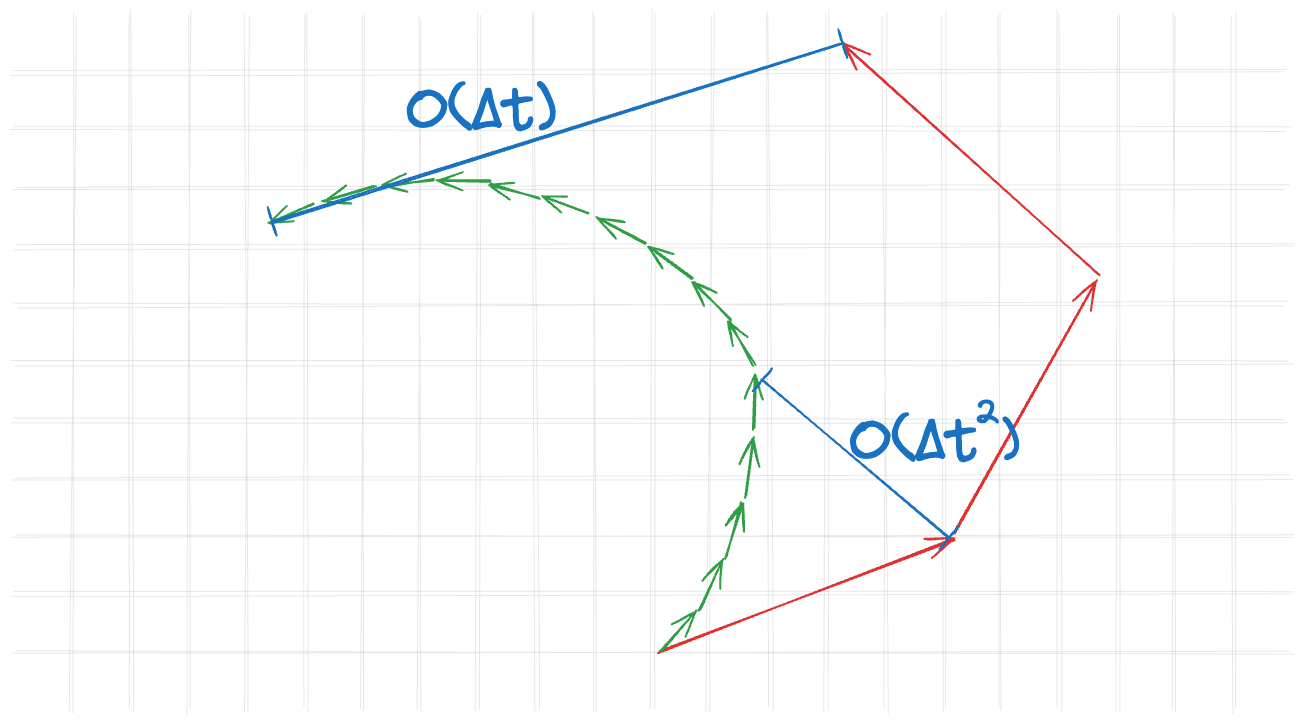
kozakromch/game_physics keeps this Excalidraw diagram as assets/pictures/numerical_method/accuracy_forward.excalidraw.png. Above is the earlier version. Source tidied: one line per element, renumbered; positions are measured from the earlier drawing's top-left corner, leaving out a move shared by most shapes.
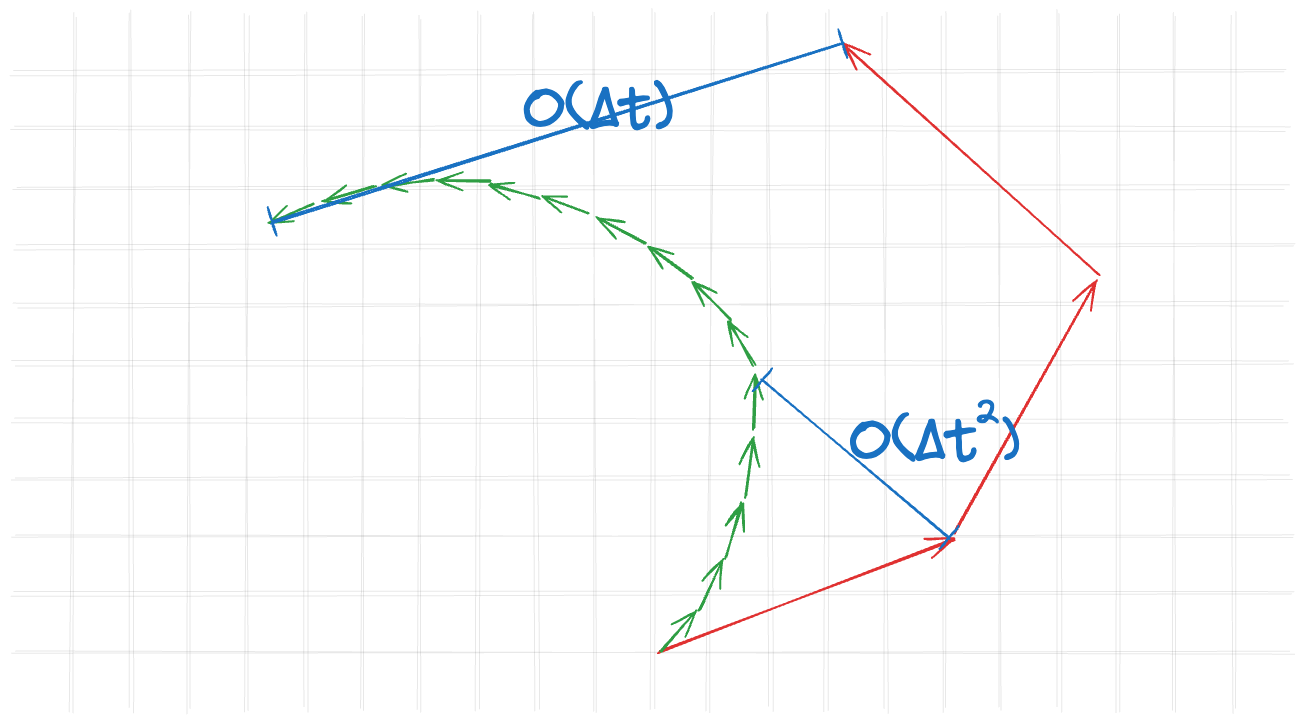
Above is the later version.

Diff of the diagram source:
```diff
@@ -51,6 +51,6 @@
 {"id": 50, "type": "arrow", "strokeColor": "#1971c2", "strokeWidth": 2, "roughness": 1, "startArrowhead": "bar", "endArrowhead": "bar", "round": true, "x": 1039, "y": 335, "width": 187, "height": 160, "points": [[0, 0], [187, 160]]}
 {"id": 51, "type": "arrow", "strokeColor": "#1971c2", "strokeWidth": 2, "roughness": 1, "startArrowhead": "bar", "endArrowhead": "bar", "round": true, "x": 548, "y": 178, "width": 572, "height": 178, "points": [[0, 0], [572, -178]]}
 {"id": 52, "type": "text", "text": "O(∆t", "strokeColor": "#1971c2", "strokeWidth": 2, "roughness": 1, "fontSize": 58.46, "fontFamily": 1, "x": 1126, "y": 363, "width": 131, "height": 73}
-{"id": 53, "type": "text", "text": "O(∆t)", "strokeColor": "#1971c2", "strokeWidth": 2, "roughness": 1, "fontSize": 58.46, "fontFamily": 1, "x": 682, "y": 32, "width": 150, "height": 73}
+{"id": 53, "type": "text", "text": "    O(∆t)", "strokeColor": "#1971c2", "strokeWidth": 2, "roughness": 1, "fontSize": 58.46, "fontFamily": 1, "x": 682, "y": 32, "width": 267, "height": 73}
 {"id": 54, "type": "text", "text": "2", "strokeColor": "#1971c2", "strokeWidth": 2, "roughness": 1, "fontSize": 36, "fontFamily": 1, "x": 1250, "y": 347, "width": 26, "height": 45}
 {"id": 55, "type": "text", "text": ")", "strokeColor": "#1971c2", "strokeWidth": 2, "roughness": 1, "fontSize": 51.53, "fontFamily": 1, "x": 1278, "y": 369, "width": 17, "height": 64}
```
